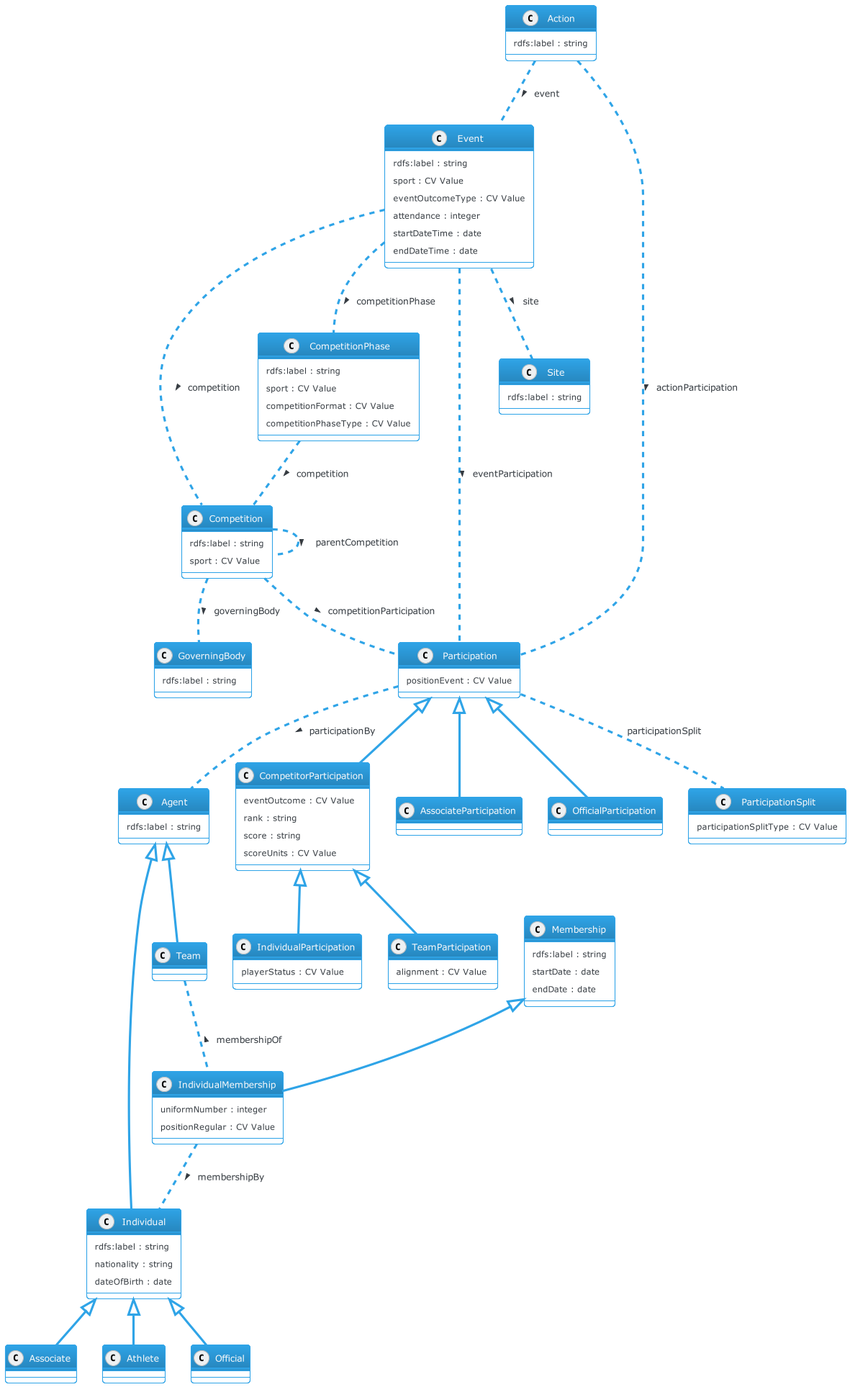
iptc/sport-schema keeps this PlantUML diagram as docs/diagrams/iptc-sport-model.png. Above is the earlier version.
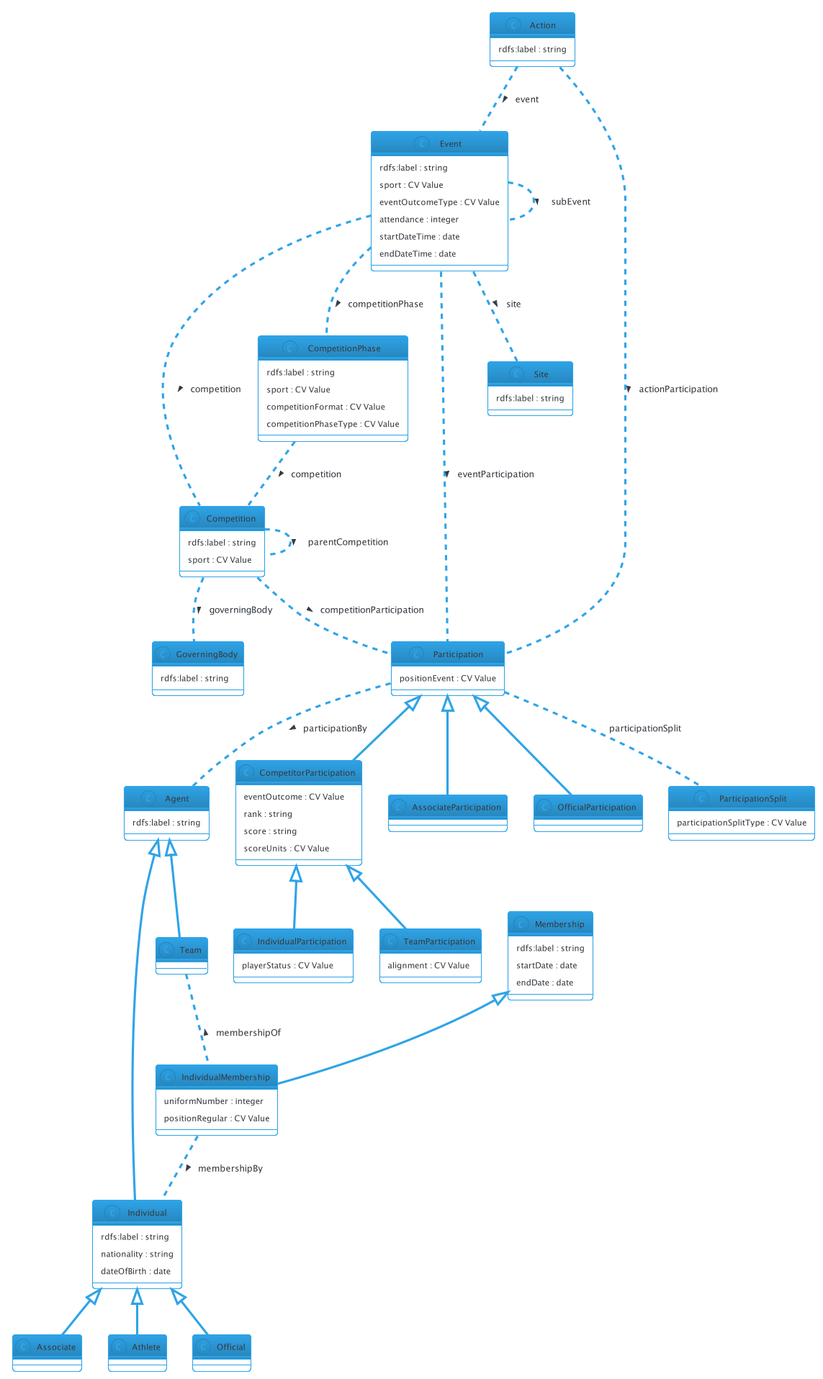
Later version of the same file.

Commit message:
Added new subEvent property to the class diagram

The edit, as a diff of the source:
```diff
@@ -119,6 +119,7 @@
 CompetitionPhase .. Competition : > competition
 Event .. Competition : > competition
 Event .. CompetitionPhase : > competitionPhase
+Event .. Event : > subEvent
 Event .. Participation : > eventParticipation
 Event .. Site :  > site
 IndividualMembership .. Individual : > membershipBy
```
